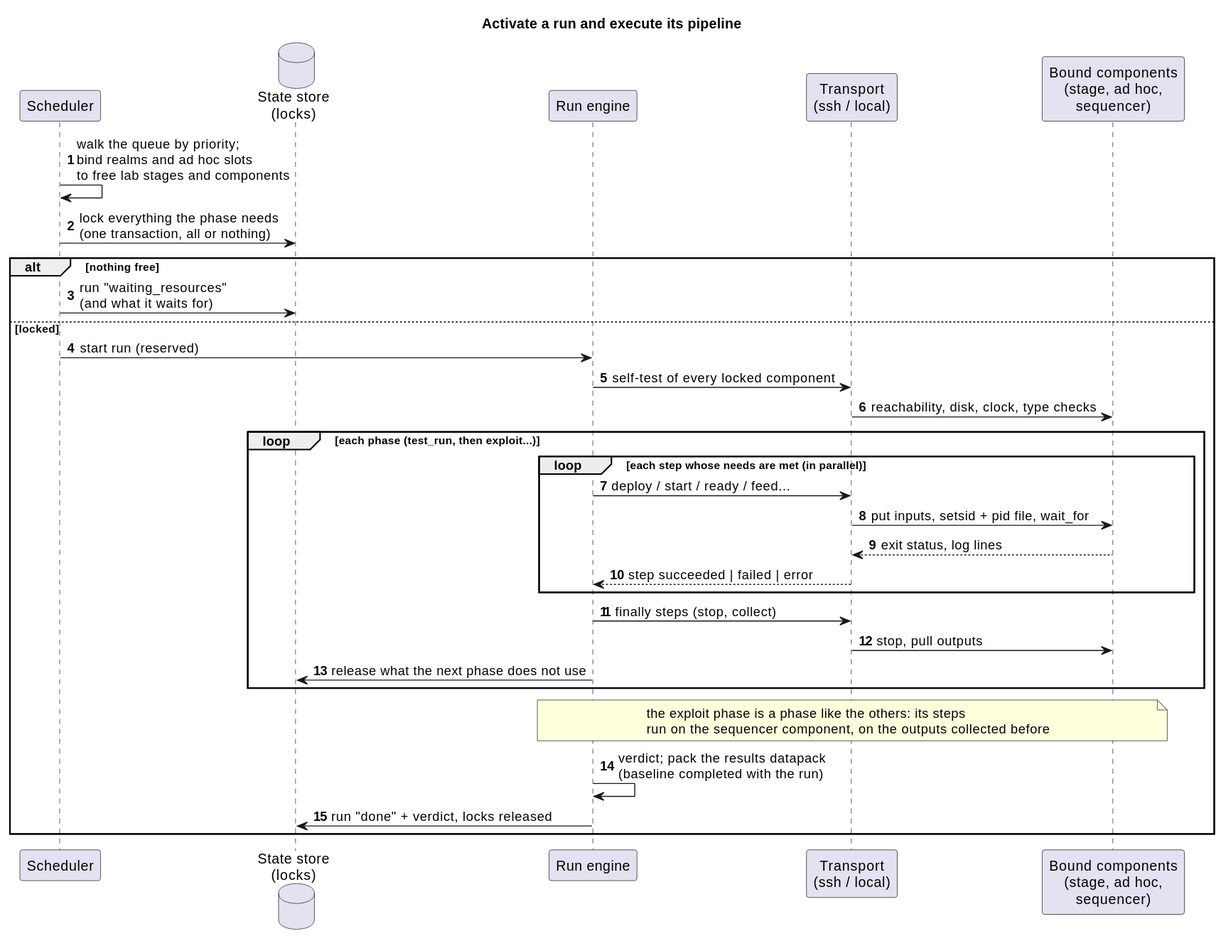
laurentmldev/testsuit keeps this PlantUML diagram as docs/diagrams/seq_run.svg. Above is the earlier version.
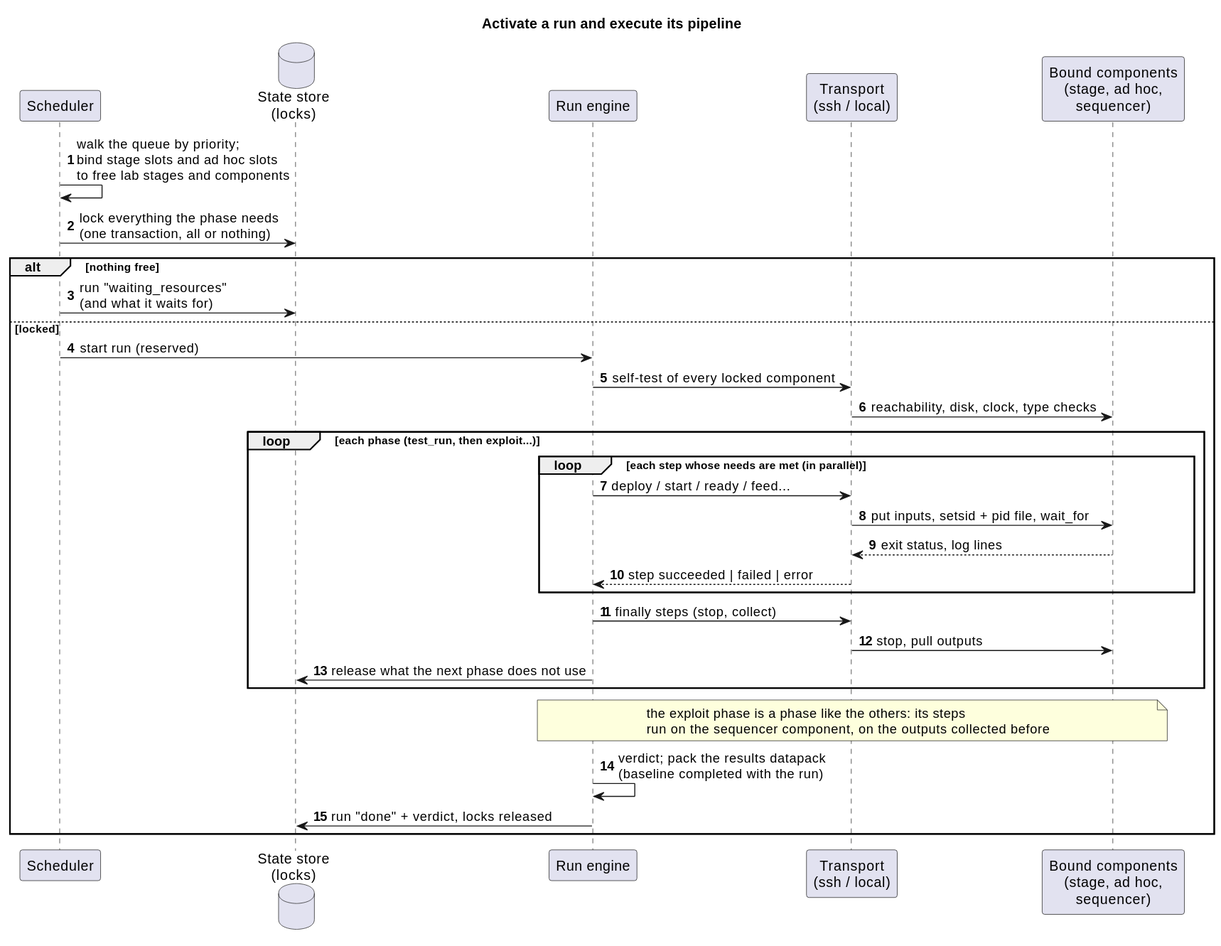
The same diagram one commit later.

The edit, as a diff of the source:
```diff
@@ -10,7 +10,7 @@
 participant "Transport\n(ssh / local)" as tr
 participant "Bound components\n(stage, ad hoc,\nsequencer)" as comp
 
-sched -> sched : walk the queue by priority;\nbind realms and ad hoc slots\nto free lab stages and components
+sched -> sched : walk the queue by priority;\nbind stage slots and ad hoc slots\nto free lab stages and components
 sched -> store : lock everything the phase needs\n(one transaction, all or nothing)
 alt nothing free
   sched -> store : run "waiting_resources"\n(and what it waits for)
```
